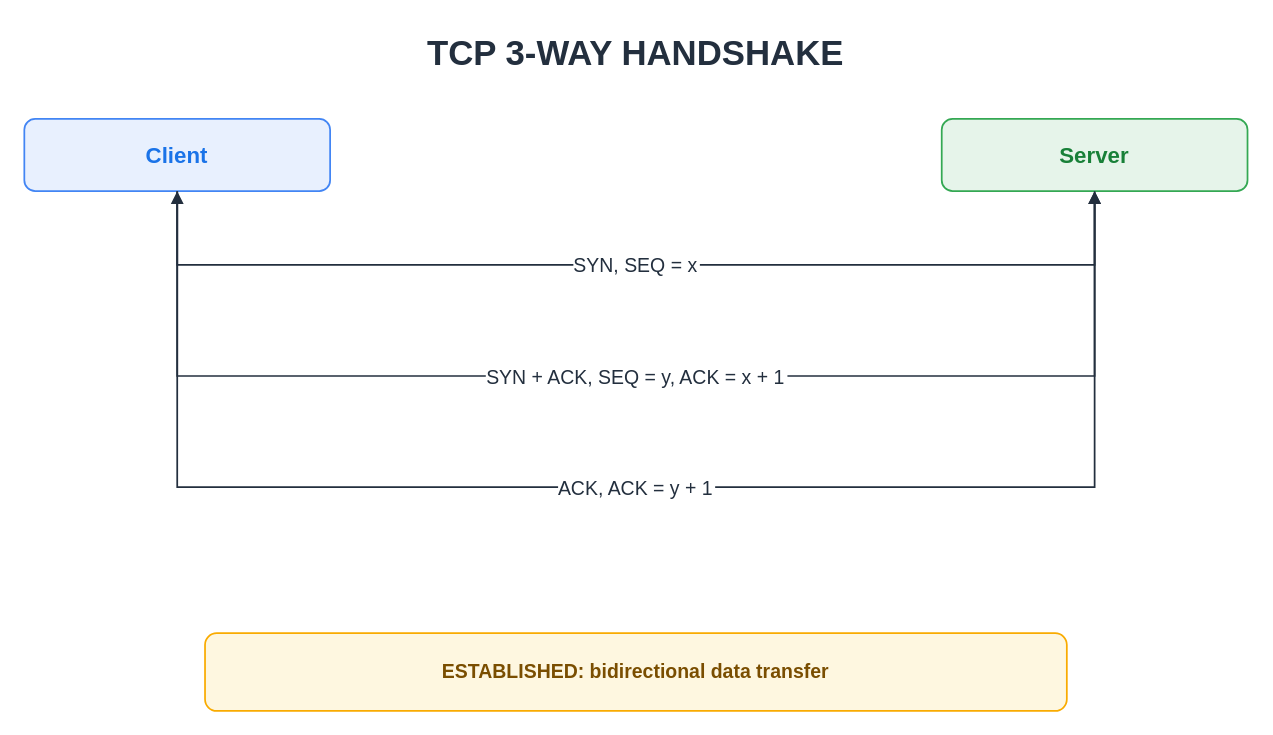
Above: assets/img/network/tcp-3-way-handshake.drawio in KKamJi98/kkamji98.github.io (draw.io), before the change. Source tidied: cells renumbered, new cells numbered last; positions are measured from the earlier drawing's top-left corner, leaving out a move shared by most shapes. Both pictures are drawn from the tidied source at 139%, with x=0, y=0 at pixel (24, 24).
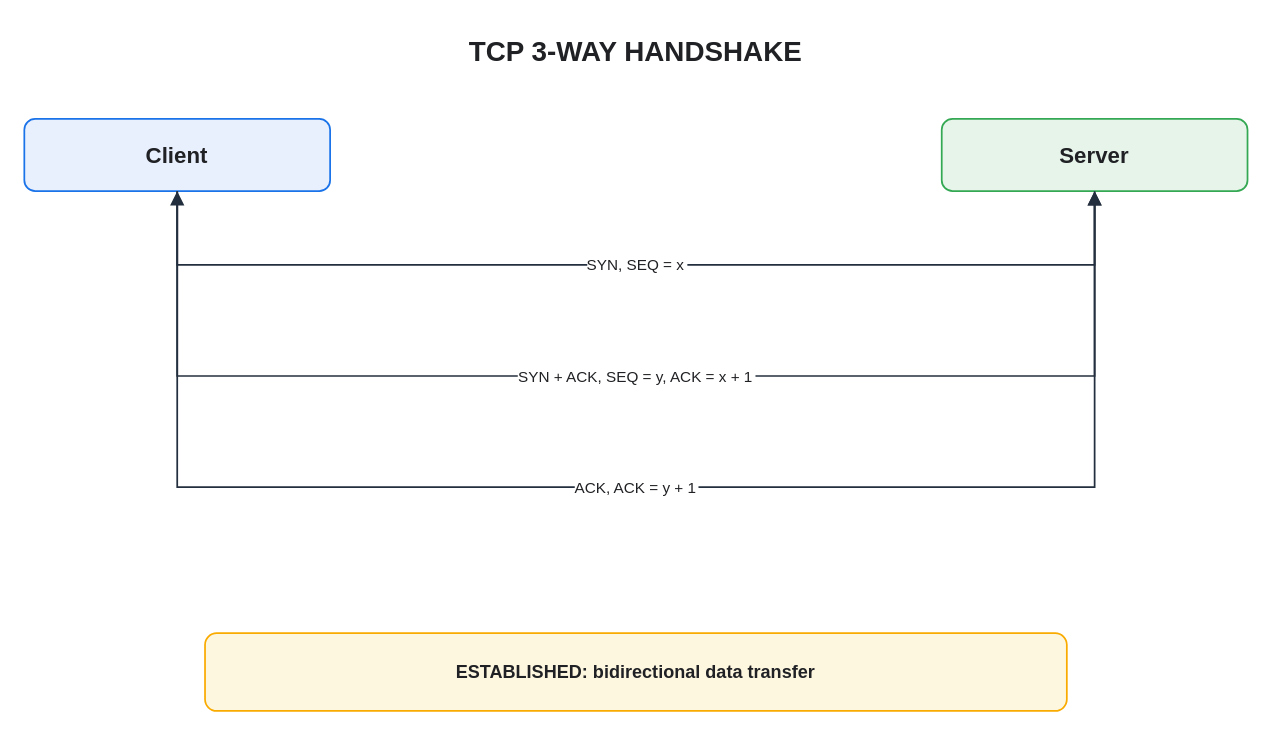
After the change.

Diff of the diagram source:
```diff
@@
 <mxGraphModel background="#FFFFFF">
   <root>
     <mxCell id="0" />
     <mxCell id="1" parent="0" />
-    <mxCell id="2" value="TCP 3-WAY HANDSHAKE" style="text;html=0;strokeColor=none;fillColor=none;align=center;verticalAlign=middle;fontSize=25;fontStyle=1;fontColor=#232F3E;" parent="1" vertex="1">
+    <mxCell id="2" value="TCP 3-WAY HANDSHAKE" style="text;html=0;strokeColor=none;fillColor=none;align=center;verticalAlign=middle;fontSize=20;fontStyle=1;fontColor=#202124;" parent="1" vertex="1">
       <mxGeometry x="90" width="700" height="36" as="geometry" />
     </mxCell>
-    <mxCell id="3" value="Client" style="rounded=1;whiteSpace=wrap;html=0;fillColor=#E8F0FE;strokeColor=#4285F4;strokeWidth=1.25;fontStyle=1;fontSize=16;fontColor=#1A73E8;shadow=0;" parent="1" vertex="1">
+    <mxCell id="3" value="Client" style="rounded=1;whiteSpace=wrap;html=0;fillColor=#E8F0FE;strokeColor=#1A73E8;strokeWidth=1.25;fontStyle=1;fontSize=16;fontColor=#202124;shadow=0;" parent="1" vertex="1">
       <mxGeometry y="68" width="220" height="52" as="geometry" />
     </mxCell>
-    <mxCell id="4" value="Server" style="rounded=1;whiteSpace=wrap;html=0;fillColor=#E6F4EA;strokeColor=#34A853;strokeWidth=1.25;fontStyle=1;fontSize=16;fontColor=#188038;shadow=0;" parent="1" vertex="1">
+    <mxCell id="4" value="Server" style="rounded=1;whiteSpace=wrap;html=0;fillColor=#E6F4EA;strokeColor=#34A853;strokeWidth=1.25;fontStyle=1;fontSize=16;fontColor=#202124;shadow=0;" parent="1" vertex="1">
       <mxGeometry x="660" y="68" width="220" height="52" as="geometry" />
     </mxCell>
-    <mxCell id="5" style="shape=line;strokeColor=#5F6368;fontColor=#5F6368;dashed=1;dashPattern=4 4;strokeWidth=1;" parent="1" vertex="1">
+    <mxCell id="5" style="shape=line;strokeColor=#5F6368;fontColor=#202124;dashed=1;dashPattern=4 4;strokeWidth=1.25;" parent="1" vertex="1">
       <mxGeometry x="110" y="120" height="280" as="geometry" />
     </mxCell>
-    <mxCell id="6" style="shape=line;strokeColor=#5F6368;fontColor=#5F6368;dashed=1;dashPattern=4 4;strokeWidth=1;" parent="1" vertex="1">
+    <mxCell id="6" style="shape=line;strokeColor=#5F6368;fontColor=#202124;dashed=1;dashPattern=4 4;strokeWidth=1.25;" parent="1" vertex="1">
       <mxGeometry x="770" y="120" height="280" as="geometry" />
     </mxCell>
-    <mxCell id="7" value="SYN, SEQ = x" style="edgeStyle=orthogonalEdgeStyle;rounded=0;html=0;endArrow=block;endFill=1;strokeWidth=1.25;strokeColor=#232F3E;fontColor=#232F3E;fontSize=14;labelBackgroundColor=#FFFFFF;exitX=0.5;exitY=1;entryX=0.5;entryY=1;" parent="1" edge="1" source="3" target="4">
+    <mxCell id="7" value="SYN, SEQ = x" style="edgeStyle=orthogonalEdgeStyle;rounded=0;html=0;endArrow=block;endFill=1;strokeWidth=1.25;strokeColor=#232F3E;fontColor=#202124;fontSize=11;labelBackgroundColor=#FFFFFF;exitX=0.5;exitY=1;entryX=0.5;entryY=1;endSize=7;" parent="1" edge="1" source="3" target="4">
       <mxGeometry relative="1" as="geometry">
         <Array as="points">
           <mxPoint x="110" y="173" />
           <mxPoint x="770" y="173" />
         </Array>
       </mxGeometry>
     </mxCell>
-    <mxCell id="8" value="SYN + ACK, SEQ = y, ACK = x + 1" style="edgeStyle=orthogonalEdgeStyle;rounded=0;html=0;endArrow=block;endFill=1;strokeWidth=1.25;strokeColor=#232F3E;fontColor=#232F3E;fontSize=14;labelBackgroundColor=#FFFFFF;exitX=0.5;exitY=1;entryX=0.5;entryY=1;" parent="1" edge="1" source="4" target="3">
+    <mxCell id="8" value="SYN + ACK, SEQ = y, ACK = x + 1" style="edgeStyle=orthogonalEdgeStyle;rounded=0;html=0;endArrow=block;endFill=1;strokeWidth=1.25;strokeColor=#232F3E;fontColor=#202124;fontSize=11;labelBackgroundColor=#FFFFFF;exitX=0.5;exitY=1;entryX=0.5;entryY=1;endSize=7;" parent="1" edge="1" source="4" target="3">
       <mxGeometry relative="1" as="geometry">
         <Array as="points">
           <mxPoint x="770" y="253" />
           <mxPoint x="110" y="253" />
         </Array>
       </mxGeometry>
     </mxCell>
-    <mxCell id="9" value="ACK, ACK = y + 1" style="edgeStyle=orthogonalEdgeStyle;rounded=0;html=0;endArrow=block;endFill=1;strokeWidth=1.25;strokeColor=#232F3E;fontColor=#232F3E;fontSize=14;labelBackgroundColor=#FFFFFF;exitX=0.5;exitY=1;entryX=0.5;entryY=1;" parent="1" edge="1" source="3" target="4">
+    <mxCell id="9" value="ACK, ACK = y + 1" style="edgeStyle=orthogonalEdgeStyle;rounded=0;html=0;endArrow=block;endFill=1;strokeWidth=1.25;strokeColor=#232F3E;fontColor=#202124;fontSize=11;labelBackgroundColor=#FFFFFF;exitX=0.5;exitY=1;entryX=0.5;entryY=1;endSize=7;" parent="1" edge="1" source="3" target="4">
       <mxGeometry relative="1" as="geometry">
         <Array as="points">
           <mxPoint x="110" y="333" />
           <mxPoint x="770" y="333" />
         </Array>
       </mxGeometry>
     </mxCell>
-    <mxCell id="10" value="ESTABLISHED: bidirectional data transfer" style="rounded=1;whiteSpace=wrap;html=0;fillColor=#FEF7E0;strokeColor=#F9AB00;strokeWidth=1.25;fontStyle=1;fontSize=14;fontColor=#7A4E00;shadow=0;" parent="1" vertex="1">
+    <mxCell id="10" value="ESTABLISHED: bidirectional data transfer" style="rounded=1;whiteSpace=wrap;html=0;fillColor=#FEF7E0;strokeColor=#F9AB00;strokeWidth=1.25;fontStyle=1;fontSize=13;fontColor=#202124;shadow=0;" parent="1" vertex="1">
       <mxGeometry x="130" y="438" width="620" height="56" as="geometry" />
     </mxCell>
   </root>
 </mxGraphModel>
```
